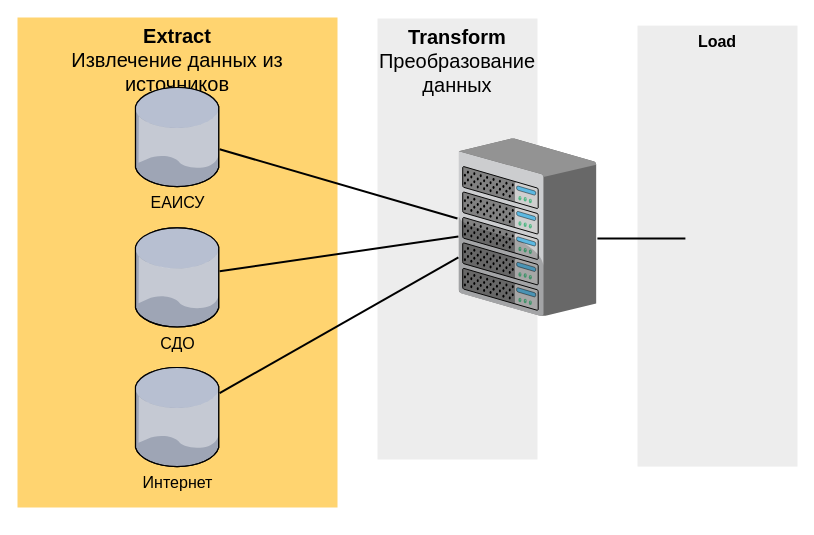
Above: Этап Прогнозирования Инженерия данных.drawio in RuslanKudarov/diagrams (draw.io), before the change. Source tidied: cells renumbered, new cells numbered last; positions are measured from the earlier drawing's top-left corner, leaving out a move shared by most shapes. Both pictures are drawn from the tidied source at 100%, with x=0, y=0 at pixel (17, 17).
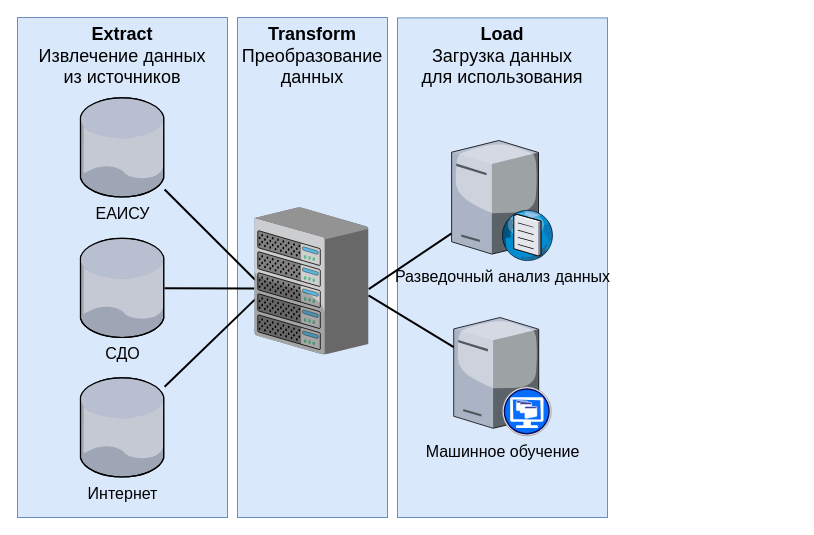
The same diagram, later.

What changed in the source:
```diff
@@
 <mxGraphModel>
   <root>
     <mxCell id="0" />
     <mxCell id="1" parent="0" />
-    <mxCell id="2" value="&lt;font size=&quot;1&quot; style=&quot;&quot; face=&quot;Calibri&quot;&gt;&lt;span style=&quot;font-size: 20px;&quot;&gt;&lt;b&gt;Transform&lt;/b&gt;&lt;br&gt;Преобразование данных&lt;br&gt;&lt;/span&gt;&lt;/font&gt;" style="whiteSpace=wrap;html=1;fillColor=#EDEDED;fontSize=14;strokeColor=none;verticalAlign=top;" parent="1" vertex="1">
-      <mxGeometry x="360" y="1" width="160" height="441" as="geometry" />
+    <mxCell id="2" value="&lt;font style=&quot;font-size: 18px;&quot; face=&quot;Calibri&quot;&gt;&lt;span style=&quot;&quot;&gt;&lt;b&gt;Transform&lt;/b&gt;&lt;br&gt;Преобразование данных&lt;br&gt;&lt;/span&gt;&lt;/font&gt;" style="whiteSpace=wrap;html=1;fillColor=#dae8fc;fontSize=14;strokeColor=#6c8ebf;verticalAlign=top;" parent="1" vertex="1">
+      <mxGeometry x="220" width="150" height="500" as="geometry" />
     </mxCell>
-    <mxCell id="3" value="&lt;font style=&quot;font-size: 20px;&quot; face=&quot;Calibri&quot;&gt;&lt;b&gt;Extract&lt;/b&gt;&lt;br&gt;Извлечение данных из источников&lt;br&gt;&lt;/font&gt;" style="whiteSpace=wrap;html=1;fillColor=#FFD470;gradientColor=none;fontSize=14;strokeColor=none;verticalAlign=top;" parent="1" vertex="1">
-      <mxGeometry width="320" height="490" as="geometry" />
+    <mxCell id="3" value="&lt;font style=&quot;font-size: 18px;&quot; face=&quot;Calibri&quot;&gt;&lt;b&gt;Extract&lt;/b&gt;&lt;br&gt;Извлечение данных&lt;br&gt;из источников&lt;br&gt;&lt;/font&gt;" style="whiteSpace=wrap;html=1;fillColor=#dae8fc;fontSize=14;strokeColor=#6c8ebf;verticalAlign=top;" parent="1" vertex="1">
+      <mxGeometry width="210" height="500" as="geometry" />
     </mxCell>
-    <mxCell id="4" style="edgeStyle=none;rounded=0;html=1;startSize=10;endSize=10;jettySize=auto;fontSize=14;endArrow=none;endFill=0;strokeWidth=2;entryX=-0.002;entryY=0.67;entryDx=0;entryDy=0;entryPerimeter=0;" parent="1" edge="1" source="10" target="7">
+    <mxCell id="4" style="edgeStyle=none;rounded=0;html=1;startSize=10;endSize=10;jettySize=auto;fontSize=14;endArrow=none;endFill=0;strokeWidth=2;entryX=0.007;entryY=0.624;entryDx=0;entryDy=0;entryPerimeter=0;" parent="1" edge="1" source="10" target="7">
       <mxGeometry relative="1" as="geometry" />
     </mxCell>
     <mxCell id="5" style="edgeStyle=none;rounded=0;html=1;startSize=10;endSize=10;jettySize=auto;fontSize=14;endArrow=none;endFill=0;strokeWidth=2;entryX=-0.002;entryY=0.552;entryDx=0;entryDy=0;entryPerimeter=0;" parent="1" edge="1" source="9" target="7">
       <mxGeometry relative="1" as="geometry" />
     </mxCell>
-    <mxCell id="6" style="edgeStyle=none;rounded=0;html=1;startSize=10;endSize=10;jettySize=auto;fontSize=14;endArrow=none;endFill=0;strokeWidth=2;entryX=-0.009;entryY=0.451;entryDx=0;entryDy=0;entryPerimeter=0;" parent="1" edge="1" source="8" target="7">
+    <mxCell id="6" style="edgeStyle=none;rounded=0;html=1;startSize=10;endSize=10;jettySize=auto;fontSize=14;endArrow=none;endFill=0;strokeWidth=2;entryX=0.007;entryY=0.494;entryDx=0;entryDy=0;entryPerimeter=0;" parent="1" edge="1" source="8" target="7">
       <mxGeometry relative="1" as="geometry" />
     </mxCell>
     <mxCell id="7" style="verticalLabelPosition=bottom;html=1;verticalAlign=top;strokeColor=none;shape=mxgraph.citrix.chassis;fillColor=#66B2FF;gradientColor=#0066CC;fontSize=14;" parent="1" vertex="1">
-      <mxGeometry x="441.2" y="121" width="137.5" height="177.5" as="geometry" />
+      <mxGeometry x="237" y="190" width="113.8" height="146.8" as="geometry" />
     </mxCell>
     <mxCell id="8" value="&lt;font style=&quot;font-size: 16px;&quot; face=&quot;Calibri&quot;&gt;ЕАИСУ&lt;/font&gt;" style="verticalLabelPosition=bottom;sketch=0;html=1;verticalAlign=top;strokeColor=none;align=center;outlineConnect=0;shape=mxgraph.citrix.database;" parent="1" vertex="1">
-      <mxGeometry x="117.9" y="70" width="84.2" height="99.1" as="geometry" />
+      <mxGeometry x="62.9" y="80.4" width="84.2" height="99.1" as="geometry" />
     </mxCell>
     <mxCell id="9" value="&lt;font style=&quot;font-size: 16px;&quot; face=&quot;Calibri&quot;&gt;СДО&lt;/font&gt;" style="verticalLabelPosition=bottom;sketch=0;html=1;verticalAlign=top;strokeColor=none;align=center;outlineConnect=0;shape=mxgraph.citrix.database;" parent="1" vertex="1">
-      <mxGeometry x="117.9" y="210.4" width="84.2" height="99.1" as="geometry" />
+      <mxGeometry x="62.9" y="220.9" width="84.2" height="99.1" as="geometry" />
     </mxCell>
     <mxCell id="10" value="&lt;font face=&quot;Calibri&quot; style=&quot;font-size: 16px;&quot;&gt;Интернет&lt;/font&gt;" style="verticalLabelPosition=bottom;sketch=0;html=1;verticalAlign=top;strokeColor=none;align=center;outlineConnect=0;shape=mxgraph.citrix.database;" parent="1" vertex="1">
-      <mxGeometry x="117.9" y="350" width="84.2" height="99.1" as="geometry" />
+      <mxGeometry x="62.9" y="360.4" width="84.2" height="99.1" as="geometry" />
     </mxCell>
-    <mxCell id="11" value="&lt;font style=&quot;font-size: 16px;&quot; face=&quot;Calibri&quot;&gt;&lt;b&gt;Load&lt;/b&gt;&lt;/font&gt;" style="whiteSpace=wrap;html=1;fillColor=#EDEDED;fontSize=14;strokeColor=none;verticalAlign=top;" parent="1" vertex="1">
-      <mxGeometry x="620" y="8.1" width="160" height="441" as="geometry" />
+    <mxCell id="11" value="&lt;font style=&quot;font-size: 18px;&quot; face=&quot;Calibri&quot;&gt;&lt;span style=&quot;&quot;&gt;&lt;b&gt;Load&lt;/b&gt;&lt;br&gt;Загрузка данных&lt;br&gt;для использования&lt;br&gt;&lt;/span&gt;&lt;/font&gt;" style="whiteSpace=wrap;html=1;fillColor=#dae8fc;fontSize=14;strokeColor=#6c8ebf;verticalAlign=top;" parent="1" vertex="1">
+      <mxGeometry x="380" y="0.4" width="210" height="499.6" as="geometry" />
     </mxCell>
-    <mxCell id="12" style="edgeStyle=none;rounded=0;html=1;startSize=10;endSize=10;jettySize=auto;orthogonalLoop=1;fontSize=14;endArrow=none;endFill=0;strokeWidth=2;" parent="1" edge="1">
-      <mxGeometry relative="1" as="geometry">
-        <mxPoint x="579.9" y="221" as="sourcePoint" />
-        <mxPoint x="667.9" y="221" as="targetPoint" />
-      </mxGeometry>
+    <mxCell id="12" style="edgeStyle=none;rounded=0;html=1;startSize=10;endSize=10;jettySize=auto;fontSize=14;endArrow=none;endFill=0;strokeWidth=2;exitX=1.004;exitY=0.556;exitDx=0;exitDy=0;exitPerimeter=0;" parent="1" edge="1" source="7" target="14">
+      <mxGeometry relative="1" as="geometry" />
     </mxCell>
+    <mxCell id="13" value="&lt;font face=&quot;Calibri&quot; style=&quot;font-size: 16px;&quot;&gt;Машинное обучение&lt;/font&gt;" style="verticalLabelPosition=bottom;sketch=0;html=1;verticalAlign=top;strokeColor=none;align=center;outlineConnect=0;shape=mxgraph.citrix.xendesktop_server;" parent="1" vertex="1">
+      <mxGeometry x="436.2" y="300" width="97.5" height="118.3" as="geometry" />
+    </mxCell>
+    <mxCell id="14" value="&lt;font style=&quot;font-size: 16px;&quot; face=&quot;Calibri&quot;&gt;Разведочный анализ данных&lt;/font&gt;" style="verticalLabelPosition=bottom;sketch=0;html=1;verticalAlign=top;strokeColor=none;align=center;outlineConnect=0;shape=mxgraph.citrix.dns_server;" parent="1" vertex="1">
+      <mxGeometry x="434.1" y="120" width="101.8" height="123.1" as="geometry" />
+    </mxCell>
+    <mxCell id="15" style="edgeStyle=none;rounded=0;html=1;startSize=10;endSize=10;jettySize=auto;fontSize=14;endArrow=none;endFill=0;strokeWidth=2;exitX=1.002;exitY=0.599;exitDx=0;exitDy=0;exitPerimeter=0;" parent="1" edge="1" source="7" target="13">
+      <mxGeometry relative="1" as="geometry" />
+    </mxCell>
   </root>
 </mxGraphModel>
```
